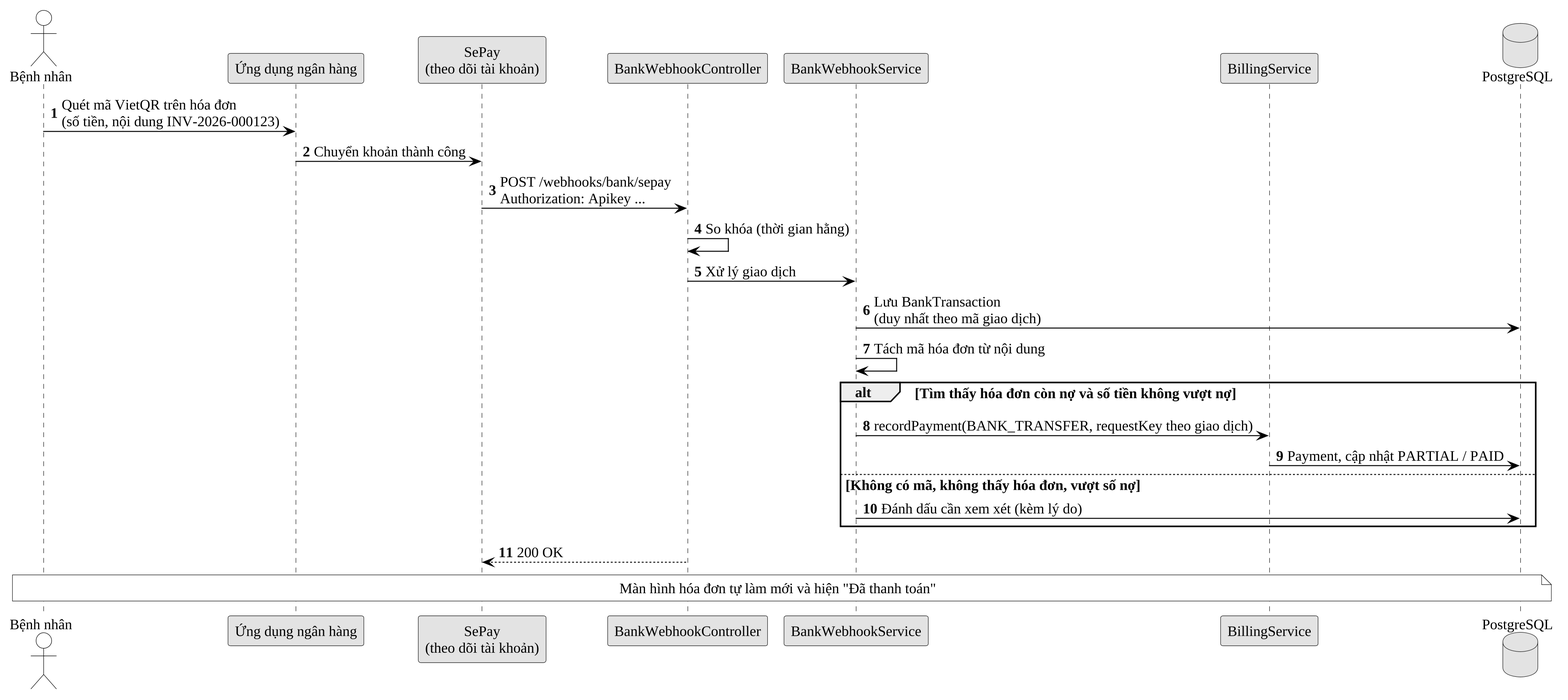
This is docs/10_Thesis/bao-cao/hinh/3-11-tuan-tu-vietqr.png from Trantuan0310/dental-clinic-nestjs-react, a PlantUML export, as it was before one commit.
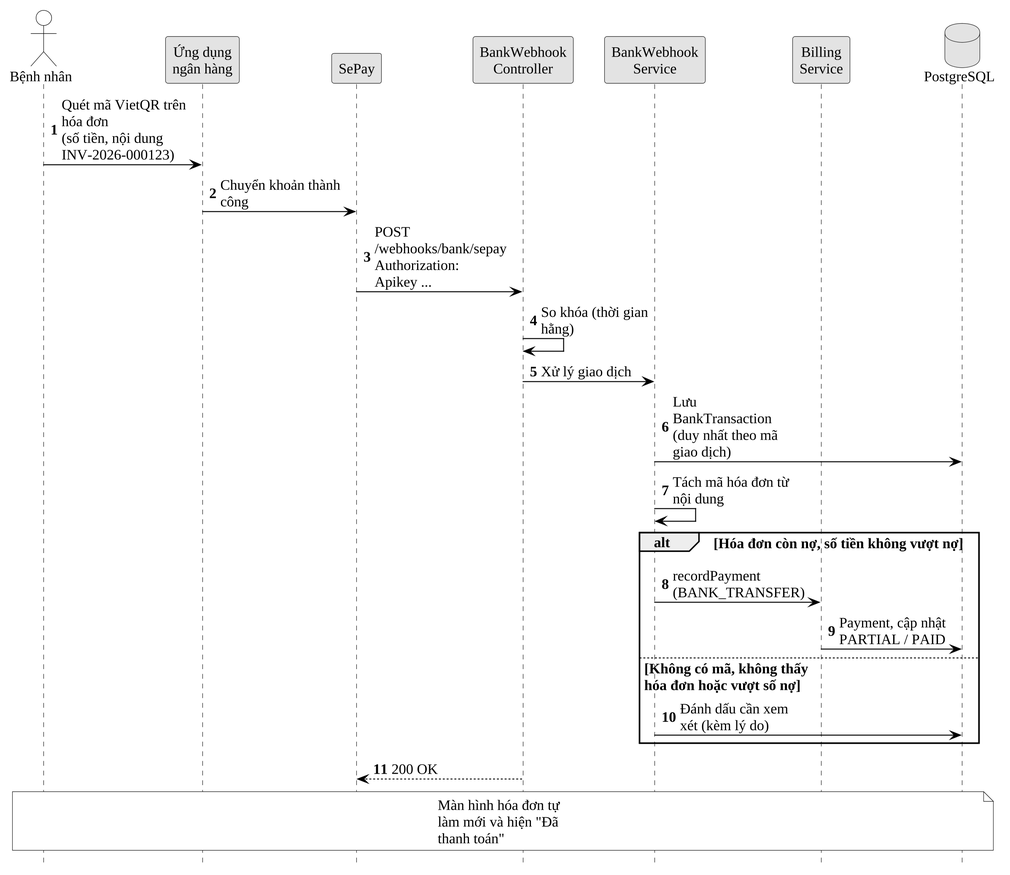
Above is the later version.

What changed in the source:
```diff
@@ -1,12 +1,15 @@
 @startuml
 !include _kieu.iuml
+skinparam wrapWidth 130
+skinparam maxMessageSize 130
 autonumber
+hide footbox
 actor "Bệnh nhân" as BN
-participant "Ứng dụng ngân hàng" as APP
-participant "SePay\n(theo dõi tài khoản)" as SP
-participant "BankWebhookController" as WH
-participant "BankWebhookService" as SV
-participant "BillingService" as BI
+participant "Ứng dụng\nngân hàng" as APP
+participant "SePay" as SP
+participant "BankWebhook\nController" as WH
+participant "BankWebhook\nService" as SV
+participant "Billing\nService" as BI
 database "PostgreSQL" as DB
 BN -> APP : Quét mã VietQR trên hóa đơn\n(số tiền, nội dung INV-2026-000123)
 APP -> SP : Chuyển khoản thành công
@@ -15,10 +18,10 @@
 WH -> SV : Xử lý giao dịch
 SV -> DB : Lưu BankTransaction\n(duy nhất theo mã giao dịch)
 SV -> SV : Tách mã hóa đơn từ nội dung
-alt Tìm thấy hóa đơn còn nợ và số tiền không vượt nợ
-  SV -> BI : recordPayment(BANK_TRANSFER, requestKey theo giao dịch)
+alt Hóa đơn còn nợ, số tiền không vượt nợ
+  SV -> BI : recordPayment\n(BANK_TRANSFER)
   BI -> DB : Payment, cập nhật PARTIAL / PAID
-else Không có mã, không thấy hóa đơn, vượt số nợ
+else Không có mã, không thấy\nhóa đơn hoặc vượt số nợ
   SV -> DB : Đánh dấu cần xem xét (kèm lý do)
 end
 WH --> SP : 200 OK
```
